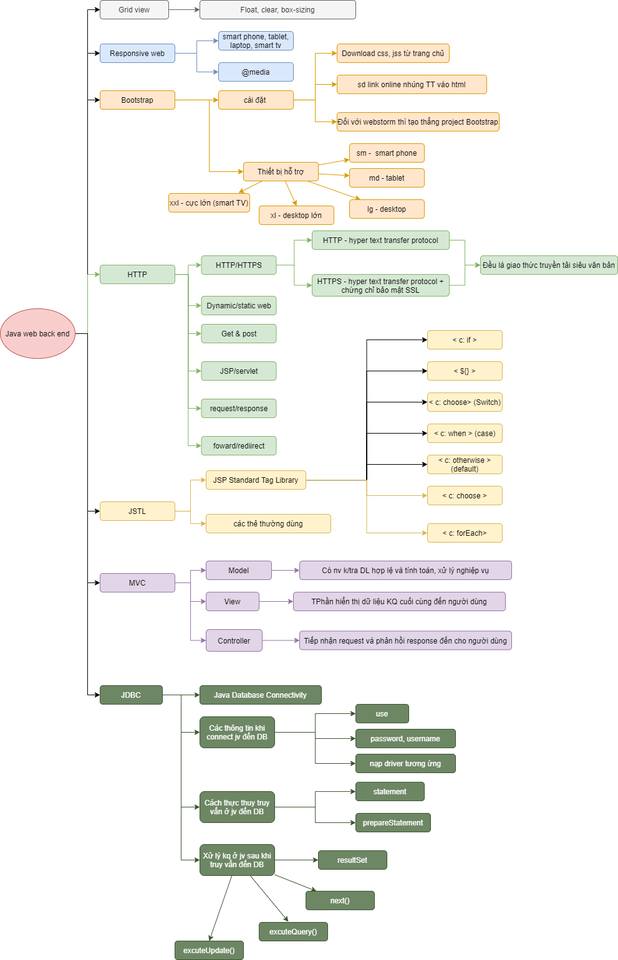
Before: Other/MIND MAP/module 3/mmmodule3_phan2.drawio.png, a diagram exported from draw.io (khaiphan101/C0721G2-Phan-Ng-c-Kh-i). Source tidied: cells renumbered, new cells last; positions are measured from the earlier drawing's top-left corner, leaving out a move shared by most shapes.
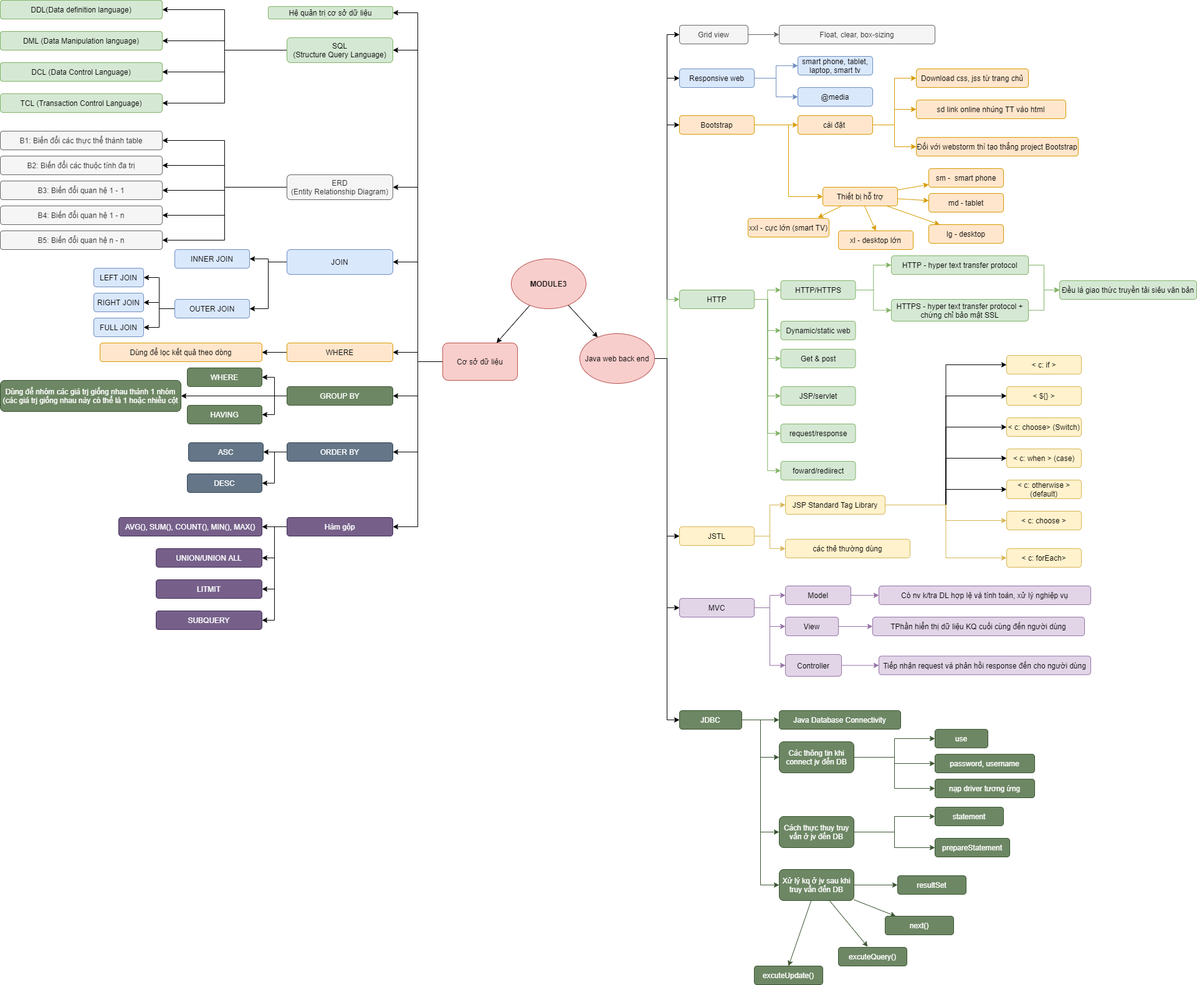
Later version of the same file.

The edit, as a diff of the source:
```diff
@@ -355,5 +355,218 @@
     <mxCell id="117" value="các thẻ thường dùng" style="rounded=1;whiteSpace=wrap;html=1;fillColor=#fff2cc;strokeColor=#d6b656;" parent="1" vertex="1">
       <mxGeometry x="330" y="825" width="200" height="30" as="geometry" />
     </mxCell>
+    <mxCell id="118" style="edgeStyle=orthogonalEdgeStyle;rounded=0;jettySize=auto;html=1;entryX=1;entryY=0.5;entryDx=0;entryDy=0;" parent="1" edge="1" source="126" target="163">
+      <mxGeometry relative="1" as="geometry" />
+    </mxCell>
+    <mxCell id="119" style="edgeStyle=orthogonalEdgeStyle;rounded=0;jettySize=auto;html=1;entryX=1;entryY=0.5;entryDx=0;entryDy=0;" parent="1" edge="1" source="126" target="168">
+      <mxGeometry relative="1" as="geometry" />
+    </mxCell>
+    <mxCell id="120" style="edgeStyle=orthogonalEdgeStyle;rounded=0;jettySize=auto;html=1;entryX=1;entryY=0.5;entryDx=0;entryDy=0;" parent="1" edge="1" source="126" target="132">
+      <mxGeometry relative="1" as="geometry" />
+    </mxCell>
+    <mxCell id="121" style="edgeStyle=orthogonalEdgeStyle;rounded=0;jettySize=auto;html=1;entryX=1;entryY=0.5;entryDx=0;entryDy=0;" parent="1" edge="1" source="126" target="135">
+      <mxGeometry relative="1" as="geometry" />
+    </mxCell>
+    <mxCell id="122" style="edgeStyle=orthogonalEdgeStyle;rounded=0;jettySize=auto;html=1;entryX=1;entryY=0.5;entryDx=0;entryDy=0;" parent="1" edge="1" source="126" target="142">
+      <mxGeometry relative="1" as="geometry" />
+    </mxCell>
+    <mxCell id="123" style="edgeStyle=orthogonalEdgeStyle;rounded=0;jettySize=auto;html=1;entryX=1;entryY=0.5;entryDx=0;entryDy=0;" parent="1" edge="1" source="126" target="146">
+      <mxGeometry relative="1" as="geometry" />
+    </mxCell>
+    <mxCell id="124" style="edgeStyle=orthogonalEdgeStyle;rounded=0;jettySize=auto;html=1;entryX=1;entryY=0.5;entryDx=0;entryDy=0;" parent="1" edge="1" source="126" target="151">
+      <mxGeometry relative="1" as="geometry" />
+    </mxCell>
+    <mxCell id="125" style="edgeStyle=orthogonalEdgeStyle;rounded=0;jettySize=auto;html=1;entryX=1;entryY=0.5;entryDx=0;entryDy=0;" parent="1" edge="1" source="126" target="158">
+      <mxGeometry relative="1" as="geometry" />
+    </mxCell>
+    <mxCell id="126" value="Cơ sở dữ liệu" style="rounded=1;whiteSpace=wrap;html=1;fillColor=#f8cecc;strokeColor=#b85450;" parent="1" vertex="1">
+      <mxGeometry x="-220" y="510" width="120" height="60" as="geometry" />
+    </mxCell>
+    <mxCell id="127" style="edgeStyle=orthogonalEdgeStyle;rounded=0;jettySize=auto;html=1;entryX=1;entryY=0.5;entryDx=0;entryDy=0;" parent="1" edge="1" source="132" target="178">
+      <mxGeometry relative="1" as="geometry" />
+    </mxCell>
+    <mxCell id="128" style="edgeStyle=orthogonalEdgeStyle;rounded=0;jettySize=auto;html=1;entryX=1;entryY=0.5;entryDx=0;entryDy=0;" parent="1" edge="1" source="132" target="179">
+      <mxGeometry relative="1" as="geometry" />
+    </mxCell>
+    <mxCell id="129" style="edgeStyle=orthogonalEdgeStyle;rounded=0;jettySize=auto;html=1;" parent="1" edge="1" source="132" target="180">
+      <mxGeometry relative="1" as="geometry" />
+    </mxCell>
+    <mxCell id="130" style="edgeStyle=orthogonalEdgeStyle;rounded=0;jettySize=auto;html=1;entryX=1;entryY=0.5;entryDx=0;entryDy=0;" parent="1" edge="1" source="132" target="181">
+      <mxGeometry relative="1" as="geometry" />
+    </mxCell>
+    <mxCell id="131" style="edgeStyle=orthogonalEdgeStyle;rounded=0;jettySize=auto;html=1;entryX=1;entryY=0.5;entryDx=0;entryDy=0;" parent="1" edge="1" source="132" target="182">
+      <mxGeometry relative="1" as="geometry" />
+    </mxCell>
+    <mxCell id="132" value="ERD&lt;br&gt;(Entity Relationship Diagram)" style="rounded=1;whiteSpace=wrap;html=1;fillColor=#f5f5f5;fontColor=#333333;strokeColor=#666666;" parent="1" vertex="1">
+      <mxGeometry x="-470" y="240" width="170" height="40" as="geometry" />
+    </mxCell>
+    <mxCell id="133" style="edgeStyle=orthogonalEdgeStyle;rounded=0;jettySize=auto;html=1;entryX=1;entryY=0.5;entryDx=0;entryDy=0;" parent="1" edge="1" source="135" target="136">
+      <mxGeometry relative="1" as="geometry" />
+    </mxCell>
+    <mxCell id="134" style="edgeStyle=orthogonalEdgeStyle;rounded=0;jettySize=auto;html=1;entryX=1;entryY=0.5;entryDx=0;entryDy=0;" parent="1" edge="1" source="135" target="140">
+      <mxGeometry relative="1" as="geometry" />
+    </mxCell>
+    <mxCell id="135" value="JOIN" style="rounded=1;whiteSpace=wrap;html=1;fillColor=#dae8fc;strokeColor=#6c8ebf;" parent="1" vertex="1">
+      <mxGeometry x="-470" y="360" width="170" height="40" as="geometry" />
+    </mxCell>
+    <mxCell id="136" value="INNER JOIN" style="rounded=1;whiteSpace=wrap;html=1;fillColor=#dae8fc;strokeColor=#6c8ebf;" parent="1" vertex="1">
+      <mxGeometry x="-650" y="360" width="120" height="30" as="geometry" />
+    </mxCell>
+    <mxCell id="137" style="edgeStyle=orthogonalEdgeStyle;rounded=0;jettySize=auto;html=1;entryX=1;entryY=0.5;entryDx=0;entryDy=0;" parent="1" edge="1" source="140" target="171">
+      <mxGeometry relative="1" as="geometry" />
+    </mxCell>
+    <mxCell id="138" style="edgeStyle=orthogonalEdgeStyle;rounded=0;jettySize=auto;html=1;entryX=1;entryY=0.5;entryDx=0;entryDy=0;" parent="1" edge="1" source="140" target="172">
+      <mxGeometry relative="1" as="geometry" />
+    </mxCell>
+    <mxCell id="139" style="edgeStyle=orthogonalEdgeStyle;rounded=0;jettySize=auto;html=1;entryX=1;entryY=0.5;entryDx=0;entryDy=0;" parent="1" edge="1" source="140" target="173">
+      <mxGeometry relative="1" as="geometry" />
+    </mxCell>
+    <mxCell id="140" value="OUTER JOIN" style="rounded=1;whiteSpace=wrap;html=1;fillColor=#dae8fc;strokeColor=#6c8ebf;" parent="1" vertex="1">
+      <mxGeometry x="-650" y="440" width="120" height="30" as="geometry" />
+    </mxCell>
+    <mxCell id="141" style="edgeStyle=orthogonalEdgeStyle;rounded=0;jettySize=auto;html=1;entryX=1;entryY=0.5;entryDx=0;entryDy=0;" parent="1" edge="1" source="142" target="169">
+      <mxGeometry relative="1" as="geometry" />
+    </mxCell>
+    <mxCell id="142" value="WHERE" style="rounded=1;whiteSpace=wrap;html=1;fillColor=#ffe6cc;strokeColor=#d79b00;" parent="1" vertex="1">
+      <mxGeometry x="-470" y="510" width="170" height="30" as="geometry" />
+    </mxCell>
+    <mxCell id="143" style="edgeStyle=orthogonalEdgeStyle;rounded=0;jettySize=auto;html=1;entryX=1;entryY=0.5;entryDx=0;entryDy=0;" parent="1" edge="1" source="146" target="148">
+      <mxGeometry relative="1" as="geometry" />
+    </mxCell>
+    <mxCell id="144" style="edgeStyle=orthogonalEdgeStyle;rounded=0;jettySize=auto;html=1;entryX=1;entryY=0.5;entryDx=0;entryDy=0;" parent="1" edge="1" source="146" target="147">
+      <mxGeometry relative="1" as="geometry" />
+    </mxCell>
+    <mxCell id="145" style="edgeStyle=orthogonalEdgeStyle;rounded=0;jettySize=auto;html=1;entryX=1;entryY=0.5;entryDx=0;entryDy=0;" parent="1" edge="1" source="146" target="170">
+      <mxGeometry relative="1" as="geometry" />
+    </mxCell>
+    <mxCell id="146" value="GROUP BY" style="rounded=1;whiteSpace=wrap;html=1;fillColor=#6d8764;fontColor=#ffffff;strokeColor=#3A5431;" parent="1" vertex="1">
+      <mxGeometry x="-470" y="580" width="170" height="30" as="geometry" />
+    </mxCell>
+    <mxCell id="147" value="HAVING" style="rounded=1;whiteSpace=wrap;html=1;fillColor=#6d8764;fontColor=#ffffff;strokeColor=#3A5431;" parent="1" vertex="1">
+      <mxGeometry x="-630" y="610" width="120" height="30" as="geometry" />
+    </mxCell>
+    <mxCell id="148" value="WHERE" style="rounded=1;whiteSpace=wrap;html=1;fillColor=#6d8764;fontColor=#ffffff;strokeColor=#3A5431;" parent="1" vertex="1">
+      <mxGeometry x="-630" y="550" width="120" height="30" as="geometry" />
+    </mxCell>
+    <mxCell id="149" style="edgeStyle=orthogonalEdgeStyle;rounded=0;jettySize=auto;html=1;entryX=1;entryY=0.5;entryDx=0;entryDy=0;" parent="1" edge="1" source="151" target="152">
+      <mxGeometry relative="1" as="geometry" />
+    </mxCell>
+    <mxCell id="150" style="edgeStyle=orthogonalEdgeStyle;rounded=0;jettySize=auto;html=1;entryX=1;entryY=0.5;entryDx=0;entryDy=0;" parent="1" edge="1" source="151" target="153">
+      <mxGeometry relative="1" as="geometry" />
+    </mxCell>
+    <mxCell id="151" value="ORDER BY" style="rounded=1;whiteSpace=wrap;html=1;fillColor=#647687;fontColor=#ffffff;strokeColor=#314354;" parent="1" vertex="1">
+      <mxGeometry x="-470" y="670" width="170" height="30" as="geometry" />
+    </mxCell>
+    <mxCell id="152" value="ASC" style="rounded=1;whiteSpace=wrap;html=1;fillColor=#647687;fontColor=#ffffff;strokeColor=#314354;" parent="1" vertex="1">
+      <mxGeometry x="-628" y="670" width="120" height="30" as="geometry" />
+    </mxCell>
+    <mxCell id="153" value="DESC" style="rounded=1;whiteSpace=wrap;html=1;fillColor=#647687;fontColor=#ffffff;strokeColor=#314354;" parent="1" vertex="1">
+      <mxGeometry x="-630" y="720" width="120" height="30" as="geometry" />
+    </mxCell>
+    <mxCell id="154" style="edgeStyle=orthogonalEdgeStyle;rounded=0;jettySize=auto;html=1;" parent="1" edge="1" source="158" target="159">
+      <mxGeometry relative="1" as="geometry" />
+    </mxCell>
+    <mxCell id="155" style="edgeStyle=orthogonalEdgeStyle;rounded=0;jettySize=auto;html=1;entryX=1;entryY=0.5;entryDx=0;entryDy=0;" parent="1" edge="1" source="158" target="160">
+      <mxGeometry relative="1" as="geometry" />
+    </mxCell>
+    <mxCell id="156" style="edgeStyle=orthogonalEdgeStyle;rounded=0;jettySize=auto;html=1;entryX=1;entryY=0.5;entryDx=0;entryDy=0;" parent="1" edge="1" source="158" target="161">
+      <mxGeometry relative="1" as="geometry" />
+    </mxCell>
+    <mxCell id="157" style="edgeStyle=orthogonalEdgeStyle;rounded=0;jettySize=auto;html=1;entryX=1;entryY=0.5;entryDx=0;entryDy=0;" parent="1" edge="1" source="158" target="162">
+      <mxGeometry relative="1" as="geometry" />
+    </mxCell>
+    <mxCell id="158" value="Hàm gộp" style="rounded=1;whiteSpace=wrap;html=1;fillColor=#76608a;fontColor=#ffffff;strokeColor=#432D57;" parent="1" vertex="1">
+      <mxGeometry x="-470" y="790" width="170" height="30" as="geometry" />
+    </mxCell>
+    <mxCell id="159" value="AVG(), SUM(), COUNT(), MIN(), MAX()" style="rounded=1;whiteSpace=wrap;html=1;fillColor=#76608a;fontColor=#ffffff;strokeColor=#432D57;" parent="1" vertex="1">
+      <mxGeometry x="-740" y="790" width="230" height="30" as="geometry" />
+    </mxCell>
+    <mxCell id="160" value="UNION/UNION ALL" style="rounded=1;whiteSpace=wrap;html=1;fillColor=#76608a;fontColor=#ffffff;strokeColor=#432D57;" parent="1" vertex="1">
+      <mxGeometry x="-680" y="840" width="170" height="30" as="geometry" />
+    </mxCell>
+    <mxCell id="161" value="LITMIT" style="rounded=1;whiteSpace=wrap;html=1;fillColor=#76608a;fontColor=#ffffff;strokeColor=#432D57;" parent="1" vertex="1">
+      <mxGeometry x="-680" y="890" width="170" height="30" as="geometry" />
+    </mxCell>
+    <mxCell id="162" value="SUBQUERY" style="rounded=1;whiteSpace=wrap;html=1;fillColor=#76608a;fontColor=#ffffff;strokeColor=#432D57;" parent="1" vertex="1">
+      <mxGeometry x="-680" y="940" width="170" height="30" as="geometry" />
+    </mxCell>
+    <mxCell id="163" value="Hệ quản trị cơ sở dữ liệu" style="rounded=1;whiteSpace=wrap;html=1;fillColor=#d5e8d4;strokeColor=#82b366;" parent="1" vertex="1">
+      <mxGeometry x="-500" y="-30" width="200" height="20" as="geometry" />
+    </mxCell>
+    <mxCell id="164" style="edgeStyle=orthogonalEdgeStyle;rounded=0;jettySize=auto;html=1;entryX=1;entryY=0.5;entryDx=0;entryDy=0;" parent="1" edge="1" source="168" target="183">
+      <mxGeometry relative="1" as="geometry" />
+    </mxCell>
+    <mxCell id="165" style="edgeStyle=orthogonalEdgeStyle;rounded=0;jettySize=auto;html=1;entryX=1;entryY=0.5;entryDx=0;entryDy=0;" parent="1" edge="1" source="168" target="184">
+      <mxGeometry relative="1" as="geometry" />
+    </mxCell>
+    <mxCell id="166" style="edgeStyle=orthogonalEdgeStyle;rounded=0;jettySize=auto;html=1;" parent="1" edge="1" source="168" target="185">
+      <mxGeometry relative="1" as="geometry" />
+    </mxCell>
+    <mxCell id="167" style="edgeStyle=orthogonalEdgeStyle;rounded=0;jettySize=auto;html=1;entryX=1;entryY=0.5;entryDx=0;entryDy=0;" parent="1" edge="1" source="168" target="177">
+      <mxGeometry relative="1" as="geometry" />
+    </mxCell>
+    <mxCell id="168" value="SQL&lt;br&gt;(Structure Query Language)" style="rounded=1;whiteSpace=wrap;html=1;fillColor=#d5e8d4;strokeColor=#82b366;" parent="1" vertex="1">
+      <mxGeometry x="-470" y="20" width="170" height="40" as="geometry" />
+    </mxCell>
+    <mxCell id="169" value="Dùng để lọc kết quả theo dòng" style="rounded=1;whiteSpace=wrap;html=1;fillColor=#ffe6cc;strokeColor=#d79b00;" parent="1" vertex="1">
+      <mxGeometry x="-770" y="510" width="260" height="30" as="geometry" />
+    </mxCell>
+    <mxCell id="170" value="Dùng để nhóm các giá trj giống nhau thành 1 nhóm (các giá trj giống nhau này có thể là 1 hoặc nhiều cột" style="rounded=1;whiteSpace=wrap;html=1;fillColor=#6d8764;fontColor=#ffffff;strokeColor=#3A5431;" parent="1" vertex="1">
+      <mxGeometry x="-930" y="570" width="290" height="50" as="geometry" />
+    </mxCell>
+    <mxCell id="171" value="LEFT JOIN" style="rounded=1;whiteSpace=wrap;html=1;fillColor=#dae8fc;strokeColor=#6c8ebf;" parent="1" vertex="1">
+      <mxGeometry x="-780" y="390" width="80" height="30" as="geometry" />
+    </mxCell>
+    <mxCell id="172" value="RIGHT JOIN" style="rounded=1;whiteSpace=wrap;html=1;fillColor=#dae8fc;strokeColor=#6c8ebf;" parent="1" vertex="1">
+      <mxGeometry x="-780" y="430" width="80" height="30" as="geometry" />
+    </mxCell>
+    <mxCell id="173" value="FULL JOIN" style="rounded=1;whiteSpace=wrap;html=1;fillColor=#dae8fc;strokeColor=#6c8ebf;" parent="1" vertex="1">
+      <mxGeometry x="-780" y="470" width="80" height="30" as="geometry" />
+    </mxCell>
+    <mxCell id="174" value="DDL(Data definition language)" style="rounded=1;whiteSpace=wrap;html=1;fillColor=#d5e8d4;strokeColor=#82b366;" parent="1" vertex="1">
+      <mxGeometry x="-930" y="-40" width="260" height="30" as="geometry" />
+    </mxCell>
+    <mxCell id="175" value="DML (Data Manipulation language)" style="rounded=1;whiteSpace=wrap;html=1;fillColor=#d5e8d4;strokeColor=#82b366;" parent="1" vertex="1">
+      <mxGeometry x="-930" y="10" width="260" height="30" as="geometry" />
+    </mxCell>
+    <mxCell id="176" value="DCL (Data Control Language)" style="rounded=1;whiteSpace=wrap;html=1;fillColor=#d5e8d4;strokeColor=#82b366;" parent="1" vertex="1">
+      <mxGeometry x="-930" y="60" width="260" height="30" as="geometry" />
+    </mxCell>
+    <mxCell id="177" value="TCL (Transaction Control Language)" style="rounded=1;whiteSpace=wrap;html=1;fillColor=#d5e8d4;strokeColor=#82b366;" parent="1" vertex="1">
+      <mxGeometry x="-930" y="110" width="260" height="30" as="geometry" />
+    </mxCell>
+    <mxCell id="178" value="B1: Biến đổi các thực thể thành table" style="rounded=1;whiteSpace=wrap;html=1;fillColor=#f5f5f5;fontColor=#333333;strokeColor=#666666;" parent="1" vertex="1">
+      <mxGeometry x="-930" y="170" width="260" height="30" as="geometry" />
+    </mxCell>
+    <mxCell id="179" value="B2: Biến đổi các thuộc tính đa trị" style="rounded=1;whiteSpace=wrap;html=1;fillColor=#f5f5f5;fontColor=#333333;strokeColor=#666666;" parent="1" vertex="1">
+      <mxGeometry x="-930" y="210" width="260" height="30" as="geometry" />
+    </mxCell>
+    <mxCell id="180" value="B3: Biến đổi quan hệ 1 - 1" style="rounded=1;whiteSpace=wrap;html=1;fillColor=#f5f5f5;fontColor=#333333;strokeColor=#666666;" parent="1" vertex="1">
+      <mxGeometry x="-930" y="250" width="260" height="30" as="geometry" />
+    </mxCell>
+    <mxCell id="181" value="B4: Biến đổi quan hệ 1 - n" style="rounded=1;whiteSpace=wrap;html=1;fillColor=#f5f5f5;fontColor=#333333;strokeColor=#666666;" parent="1" vertex="1">
+      <mxGeometry x="-930" y="290" width="260" height="30" as="geometry" />
+    </mxCell>
+    <mxCell id="182" value="B5: Biến đổi quan hệ n - n" style="rounded=1;whiteSpace=wrap;html=1;fillColor=#f5f5f5;fontColor=#333333;strokeColor=#666666;" parent="1" vertex="1">
+      <mxGeometry x="-930" y="330" width="260" height="30" as="geometry" />
+    </mxCell>
+    <mxCell id="183" value="DDL(Data definition language)" style="rounded=1;whiteSpace=wrap;html=1;fillColor=#d5e8d4;strokeColor=#82b366;" parent="1" vertex="1">
+      <mxGeometry x="-930" y="-40" width="260" height="30" as="geometry" />
+    </mxCell>
+    <mxCell id="184" value="DML (Data Manipulation language)" style="rounded=1;whiteSpace=wrap;html=1;fillColor=#d5e8d4;strokeColor=#82b366;" parent="1" vertex="1">
+      <mxGeometry x="-930" y="10" width="260" height="30" as="geometry" />
+    </mxCell>
+    <mxCell id="185" value="DCL (Data Control Language)" style="rounded=1;whiteSpace=wrap;html=1;fillColor=#d5e8d4;strokeColor=#82b366;" parent="1" vertex="1">
+      <mxGeometry x="-930" y="60" width="260" height="30" as="geometry" />
+    </mxCell>
+    <mxCell id="186" style="rounded=0;jettySize=auto;html=1;" parent="1" edge="1" source="188" target="9">
+      <mxGeometry relative="1" as="geometry" />
+    </mxCell>
+    <mxCell id="187" style="edgeStyle=none;rounded=0;jettySize=auto;html=1;" parent="1" edge="1" source="188" target="126">
+      <mxGeometry relative="1" as="geometry" />
+    </mxCell>
+    <mxCell id="188" value="&lt;b&gt;MODULE3&lt;/b&gt;" style="ellipse;whiteSpace=wrap;html=1;fillColor=#f8cecc;strokeColor=#b85450;" parent="1" vertex="1">
+      <mxGeometry x="-110" y="375" width="120" height="80" as="geometry" />
+    </mxCell>
   </root>
 </mxGraphModel>
```
